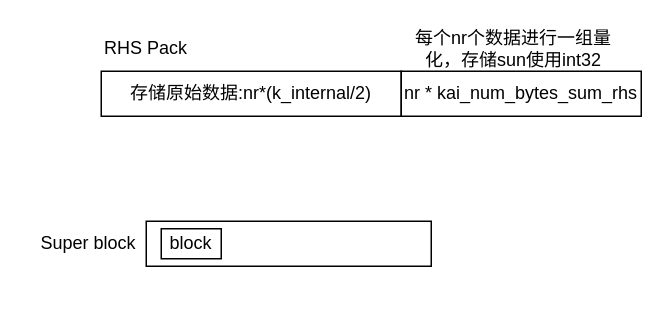
Before: ARM/kleidiAI.drawio in mailonghua/drawio, a draw.io diagram. Source tidied: cells renumbered, new cells numbered last; positions are measured from the earlier drawing's top-left corner, leaving out a move shared by most shapes. Both pictures are drawn from the tidied source at 150%, with x=0, y=0 at pixel (26, 26).
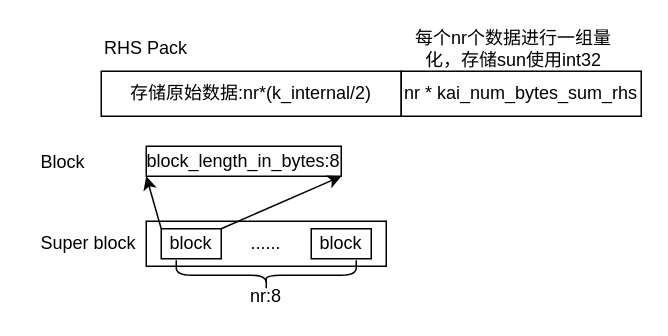
After the change.

What changed in the source:
```diff
@@
 <mxGraphModel>
   <root>
     <mxCell id="0" />
     <mxCell id="1" parent="0" />
     <mxCell id="2" value="存储原始数据:nr*(k_internal/2)" style="rounded=0;whiteSpace=wrap;html=1;" parent="1" vertex="1">
       <mxGeometry x="50" y="30" width="200" height="30" as="geometry" />
     </mxCell>
     <mxCell id="3" value="nr * kai_num_bytes_sum_rhs" style="rounded=0;whiteSpace=wrap;html=1;" parent="1" vertex="1">
       <mxGeometry x="250" y="30" width="160" height="30" as="geometry" />
     </mxCell>
     <mxCell id="4" value="RHS Pack" style="text;strokeColor=none;align=center;fillColor=none;html=1;verticalAlign=middle;whiteSpace=wrap;rounded=0;" parent="1" vertex="1">
       <mxGeometry x="50" width="60" height="30" as="geometry" />
     </mxCell>
     <mxCell id="5" value="每个nr个数据进行一组量化，存储sun使用int32" style="text;strokeColor=none;align=center;fillColor=none;html=1;verticalAlign=middle;whiteSpace=wrap;rounded=0;" parent="1" vertex="1">
       <mxGeometry x="250" width="150" height="30" as="geometry" />
     </mxCell>
     <mxCell id="6" style="rounded=0;whiteSpace=wrap;html=1;" parent="1" vertex="1">
-      <mxGeometry x="80" y="130" width="190" height="30" as="geometry" />
+      <mxGeometry x="80" y="130" width="160" height="30" as="geometry" />
     </mxCell>
     <mxCell id="7" value="block" style="rounded=0;whiteSpace=wrap;html=1;" parent="1" vertex="1">
       <mxGeometry x="90" y="135" width="40" height="20" as="geometry" />
     </mxCell>
     <mxCell id="8" value="&amp;nbsp;Super block" style="text;strokeColor=none;align=center;fillColor=none;html=1;verticalAlign=middle;whiteSpace=wrap;rounded=0;" parent="1" vertex="1">
       <mxGeometry y="130" width="80" height="30" as="geometry" />
     </mxCell>
+    <mxCell id="9" value="block" style="rounded=0;whiteSpace=wrap;html=1;" parent="1" vertex="1">
+      <mxGeometry x="190" y="135" width="40" height="20" as="geometry" />
+    </mxCell>
+    <mxCell id="10" value="......" style="text;strokeColor=none;align=center;fillColor=none;html=1;verticalAlign=middle;whiteSpace=wrap;rounded=0;" parent="1" vertex="1">
+      <mxGeometry x="130" y="135" width="60" height="20" as="geometry" />
+    </mxCell>
+    <mxCell id="11" style="shape=curlyBracket;whiteSpace=wrap;html=1;rounded=1;labelPosition=left;verticalLabelPosition=middle;align=right;verticalAlign=middle;rotation=-90;" parent="1" vertex="1">
+      <mxGeometry x="150" y="106" width="20" height="120" as="geometry" />
+    </mxCell>
+    <mxCell id="12" value="nr:8" style="text;strokeColor=none;align=center;fillColor=none;html=1;verticalAlign=middle;whiteSpace=wrap;rounded=0;" parent="1" vertex="1">
+      <mxGeometry x="145" y="170" width="30" height="20" as="geometry" />
+    </mxCell>
+    <mxCell id="13" value="block_length_in_bytes:8" style="rounded=0;whiteSpace=wrap;html=1;" parent="1" vertex="1">
+      <mxGeometry x="80" y="80" width="130" height="20" as="geometry" />
+    </mxCell>
+    <mxCell id="14" style="endArrow=classic;html=1;rounded=0;entryX=0;entryY=1;entryDx=0;entryDy=0;" parent="1" edge="1" target="13">
+      <mxGeometry relative="1" as="geometry">
+        <mxPoint x="90" y="135" as="sourcePoint" />
+      </mxGeometry>
+    </mxCell>
+    <mxCell id="15" style="endArrow=classic;html=1;rounded=0;entryX=1;entryY=1;entryDx=0;entryDy=0;" parent="1" edge="1" target="13">
+      <mxGeometry relative="1" as="geometry">
+        <mxPoint x="130" y="135" as="sourcePoint" />
+      </mxGeometry>
+    </mxCell>
+    <mxCell id="16" value="&amp;nbsp;Block" style="text;strokeColor=none;align=center;fillColor=none;html=1;verticalAlign=middle;whiteSpace=wrap;rounded=0;" parent="1" vertex="1">
+      <mxGeometry x="3" y="76" width="40" height="30" as="geometry" />
+    </mxCell>
   </root>
 </mxGraphModel>
```
